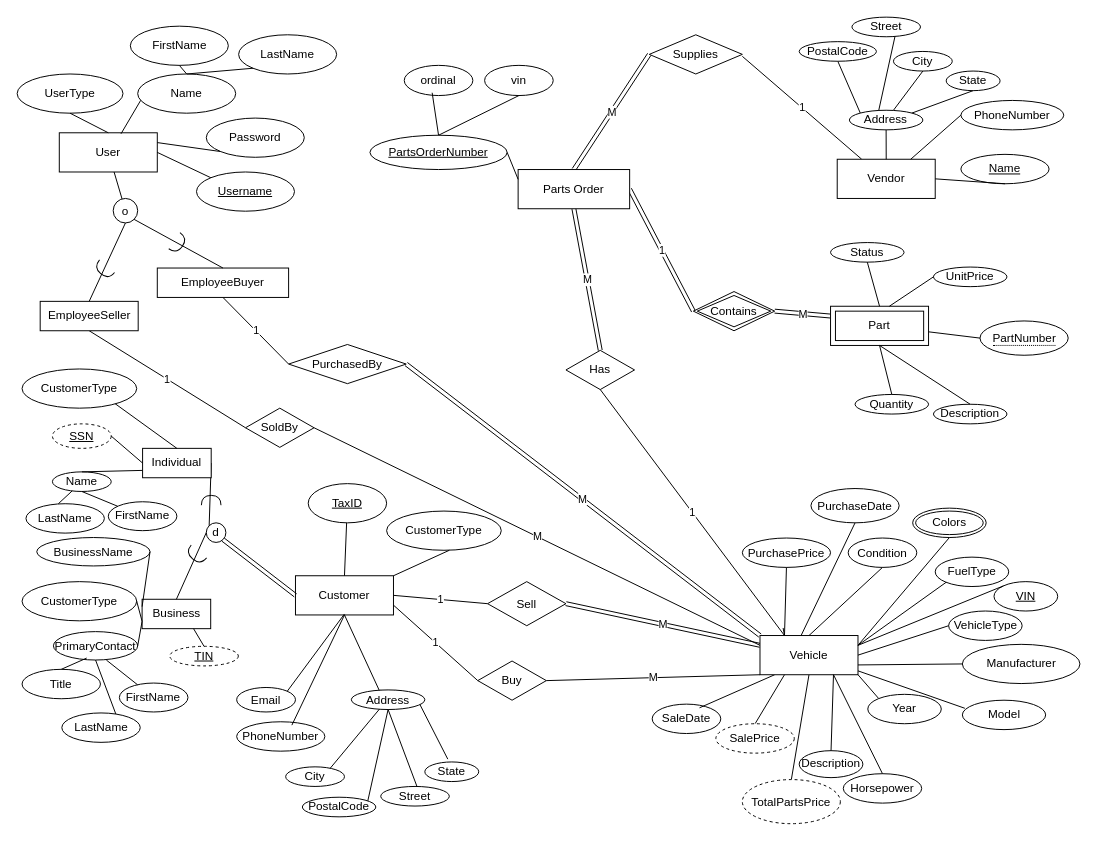
The draw.io diagram Phase_2/team006_p2_eer.drawio in rkang427/autodb, before the edit. Source tidied: cells renumbered, new cells numbered last; positions are measured from the earlier drawing's top-left corner, leaving out a move shared by most shapes. Both pictures are drawn from the tidied source at 98%, with x=0, y=0 at pixel (17, 17).
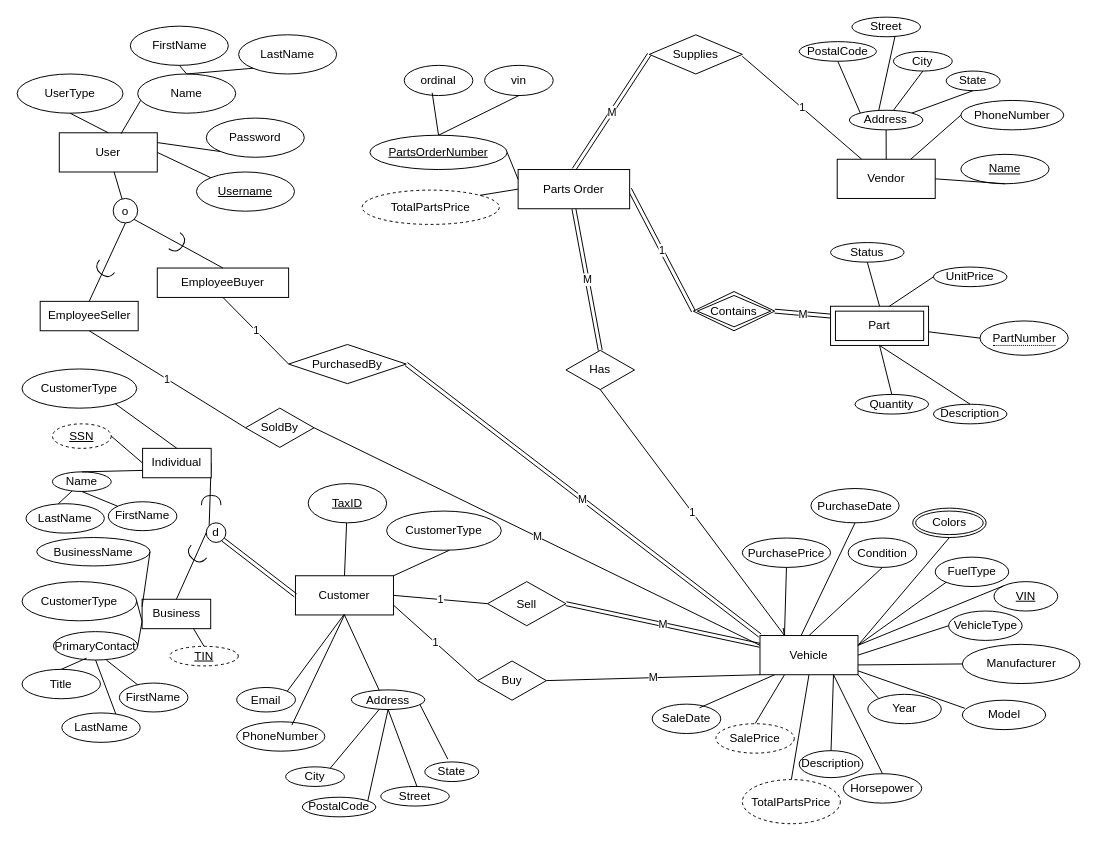
Above is the later version.

The change refers to these unchanged cells:
```xml
<mxCell id="150" value="Parts Order" style="shape=ext;margin=3;double=0;whiteSpace=wrap;html=1;align=center;" parent="1" vertex="1">
  <mxGeometry x="511.2" y="155.5" width="113.8" height="40" as="geometry" />
</mxCell>
```

What changed in the source:
```diff
@@
+    <mxCell id="165" value="TotalPartsPrice" style="ellipse;whiteSpace=wrap;html=1;align=center;dashed=1;" parent="1" vertex="1">
+      <mxGeometry x="352" y="176.5" width="140" height="35" as="geometry" />
+    </mxCell>
+    <mxCell id="166" style="endArrow=none;html=1;rounded=0;entryX=0;entryY=0.5;entryDx=0;entryDy=0;exitX=1;exitY=0;exitDx=0;exitDy=0;" parent="1" edge="1" source="165" target="150">
+      <mxGeometry relative="1" as="geometry" />
+    </mxCell>
```
